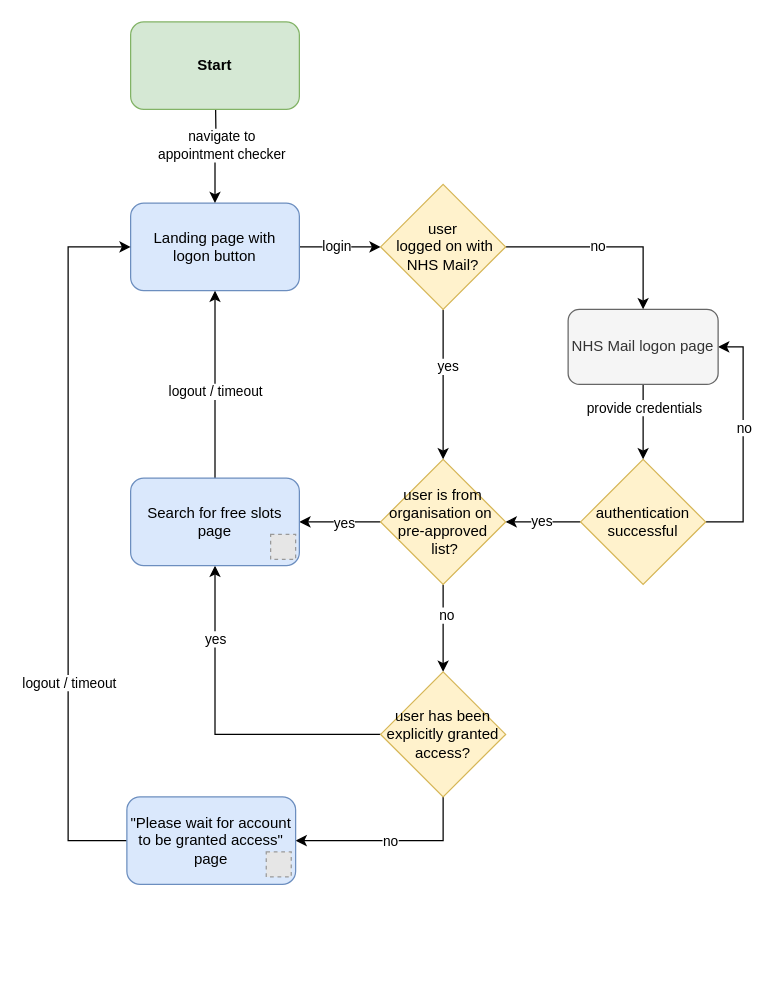
Before: documentation/gpc-appointment-checker-page-routing.drawio in nhsconnect/gpconnect-appointment-checker, a draw.io diagram. Source tidied: cells renumbered, new cells numbered last; positions are measured from the earlier drawing's top-left corner, leaving out a move shared by most shapes. Both pictures are drawn from the tidied source at 125%, with x=0, y=0 at pixel (68, 21). Pictures stored in the file or linked from it are replaced by grey dashed boxes.
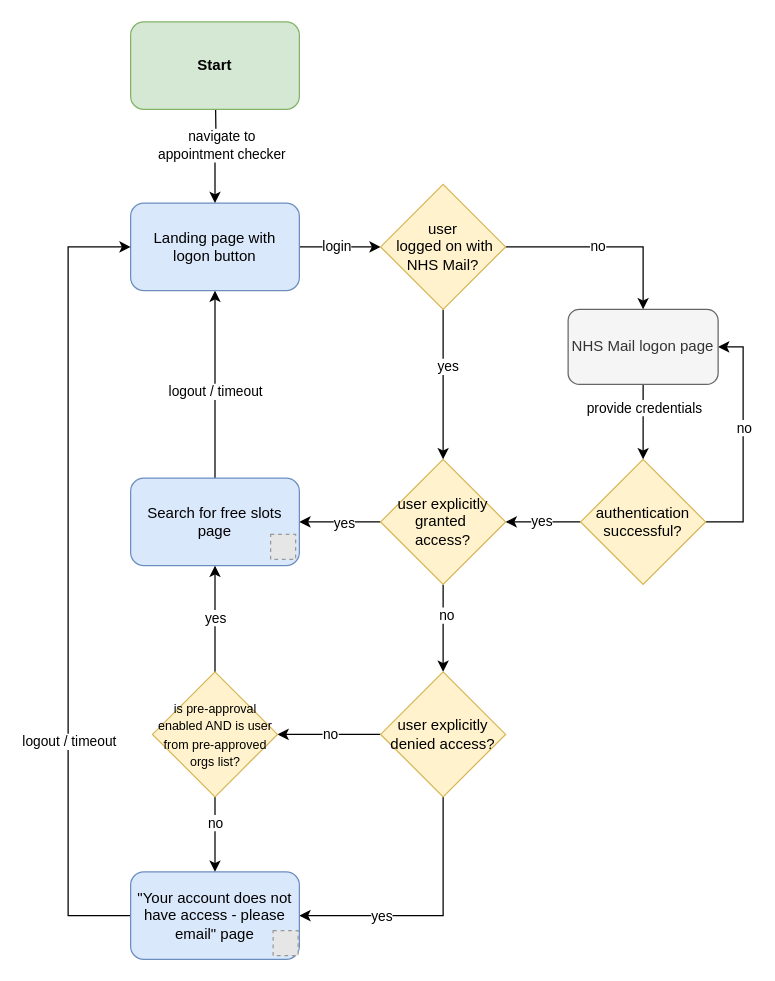
The same page after the edit.

Commit message (it also covers changes not shown here):
Add page routing

The change refers to these unchanged cells:
```xml
<mxCell id="22" value="Landing page with &lt;br&gt;logon button" style="rounded=1;whiteSpace=wrap;html=1;fillColor=#dae8fc;strokeColor=#6c8ebf;" parent="1" vertex="1">
  <mxGeometry x="50" y="145" width="135" height="70" as="geometry" />
</mxCell>
<mxCell id="25" value="Search for free slots page" style="rounded=1;whiteSpace=wrap;html=1;fillColor=#dae8fc;strokeColor=#6c8ebf;" parent="1" vertex="1">
  <mxGeometry x="50" y="365" width="135" height="70" as="geometry" />
</mxCell>
```

What changed in the source:
```diff
@@
-    <mxCell id="6" value="authentication successful" style="rhombus;whiteSpace=wrap;html=1;fillColor=#fff2cc;strokeColor=#d6b656;" parent="1" vertex="1">
+    <mxCell id="6" value="authentication successful?" style="rhombus;whiteSpace=wrap;html=1;fillColor=#fff2cc;strokeColor=#d6b656;" parent="1" vertex="1">
       <mxGeometry x="410" y="350" width="100" height="100" as="geometry" />
     </mxCell>
@@
-    <mxCell id="14" value="&lt;div&gt;user is from organisation on&amp;nbsp;&lt;/div&gt;&lt;div&gt;pre-approved&lt;/div&gt;&lt;div&gt;&amp;nbsp;list?&lt;/div&gt;" style="rhombus;whiteSpace=wrap;html=1;fillColor=#fff2cc;strokeColor=#d6b656;" parent="1" vertex="1">
+    <mxCell id="14" value="user explicitly granted&amp;nbsp;&lt;br&gt;access?" style="rhombus;whiteSpace=wrap;html=1;fillColor=#fff2cc;strokeColor=#d6b656;" parent="1" vertex="1">
       <mxGeometry x="250" y="350" width="100" height="100" as="geometry" />
     </mxCell>
-    <mxCell id="15" style="edgeStyle=orthogonalEdgeStyle;rounded=0;jettySize=auto;html=1;exitX=0;exitY=0.5;exitDx=0;exitDy=0;entryX=0.5;entryY=1;entryDx=0;entryDy=0;" parent="1" edge="1" source="19" target="25">
-      <mxGeometry relative="1" as="geometry" />
-    </mxCell>
-    <mxCell id="16" value="yes" style="edgeLabel;html=1;align=center;verticalAlign=middle;" parent="15" vertex="1">
-      <mxGeometry x="0.56" relative="1" as="geometry" />
-    </mxCell>
-    <mxCell id="17" style="edgeStyle=orthogonalEdgeStyle;rounded=0;jettySize=auto;html=1;exitX=0.5;exitY=1;exitDx=0;exitDy=0;" parent="1" edge="1" source="19" target="28">
+    <mxCell id="17" style="edgeStyle=orthogonalEdgeStyle;rounded=0;jettySize=auto;html=1;exitX=0.5;exitY=1;exitDx=0;exitDy=0;entryX=1;entryY=0.5;entryDx=0;entryDy=0;" parent="1" edge="1" source="19" target="28">
       <mxGeometry relative="1" as="geometry" />
     </mxCell>
-    <mxCell id="18" value="no" style="edgeLabel;html=1;align=center;verticalAlign=middle;" parent="17" vertex="1">
+    <mxCell id="18" value="yes" style="edgeLabel;html=1;align=center;verticalAlign=middle;" parent="17" vertex="1">
       <mxGeometry x="-0.13" y="2" relative="1" as="geometry">
-        <mxPoint x="-11" y="-2" as="offset" />
+        <mxPoint x="-52" y="4" as="offset" />
       </mxGeometry>
     </mxCell>
+    <mxCell id="39" style="edgeStyle=orthogonalEdgeStyle;rounded=0;jettySize=auto;html=1;exitX=0;exitY=0.5;exitDx=0;exitDy=0;entryX=1;entryY=0.5;entryDx=0;entryDy=0;" parent="1" edge="1" source="19" target="44">
+      <mxGeometry relative="1" as="geometry" />
+    </mxCell>
+    <mxCell id="40" value="no" style="edgeLabel;html=1;align=center;verticalAlign=middle;" parent="39" vertex="1">
+      <mxGeometry x="-0.01" y="-1" relative="1" as="geometry" />
+    </mxCell>
-    <mxCell id="19" value="user has been explicitly granted access?" style="rhombus;whiteSpace=wrap;html=1;fillColor=#fff2cc;strokeColor=#d6b656;" parent="1" vertex="1">
+    <mxCell id="19" value="user explicitly denied access?" style="rhombus;whiteSpace=wrap;html=1;fillColor=#fff2cc;strokeColor=#d6b656;" parent="1" vertex="1">
       <mxGeometry x="250" y="520" width="100" height="100" as="geometry" />
     </mxCell>
@@
     <mxCell id="26" style="edgeStyle=orthogonalEdgeStyle;rounded=0;jettySize=auto;html=1;exitX=0;exitY=0.5;exitDx=0;exitDy=0;entryX=0;entryY=0.5;entryDx=0;entryDy=0;" parent="1" edge="1" source="28" target="22">
       <mxGeometry relative="1" as="geometry">
         <Array as="points">
-          <mxPoint y="655" />
+          <mxPoint y="715" />
           <mxPoint y="180" />
         </Array>
       </mxGeometry>
     </mxCell>
@@
-    <mxCell id="28" value="&quot;Please wait for account to be granted access&quot; page" style="rounded=1;whiteSpace=wrap;html=1;fillColor=#dae8fc;strokeColor=#6c8ebf;" parent="1" vertex="1">
-      <mxGeometry x="47" y="620" width="135" height="70" as="geometry" />
+    <mxCell id="28" value="&quot;Your account does not have access - please email&quot; page" style="rounded=1;whiteSpace=wrap;html=1;fillColor=#dae8fc;strokeColor=#6c8ebf;" parent="1" vertex="1">
+      <mxGeometry x="50" y="680" width="135" height="70" as="geometry" />
     </mxCell>
@@
     <mxCell id="37" style="fillColor=#E6E6E6;strokeColor=#999999;dashed=1;html=1;verticalAlign=top;verticalLabelPosition=bottom;labelBackgroundColor=#ffffff;" parent="1" vertex="1">
-      <mxGeometry x="158.5" y="664" width="20" height="20" as="geometry" />
+      <mxGeometry x="164" y="727" width="20" height="20" as="geometry" />
     </mxCell>
@@
+    <mxCell id="41" style="edgeStyle=orthogonalEdgeStyle;rounded=0;jettySize=auto;html=1;exitX=0.5;exitY=0;exitDx=0;exitDy=0;entryX=0.5;entryY=1;entryDx=0;entryDy=0;" parent="1" edge="1" source="44" target="25">
+      <mxGeometry relative="1" as="geometry" />
+    </mxCell>
+    <mxCell id="16" value="yes" style="edgeLabel;html=1;align=center;verticalAlign=middle;" parent="41" vertex="1">
+      <mxGeometry x="0.04" y="1" relative="1" as="geometry">
+        <mxPoint x="1" as="offset" />
+      </mxGeometry>
+    </mxCell>
+    <mxCell id="42" style="edgeStyle=orthogonalEdgeStyle;rounded=0;jettySize=auto;html=1;exitX=0.5;exitY=1;exitDx=0;exitDy=0;entryX=0.5;entryY=0;entryDx=0;entryDy=0;" parent="1" edge="1" source="44" target="28">
+      <mxGeometry relative="1" as="geometry" />
+    </mxCell>
+    <mxCell id="43" value="no" style="edgeLabel;html=1;align=center;verticalAlign=middle;" parent="42" vertex="1">
+      <mxGeometry x="-0.33" relative="1" as="geometry" />
+    </mxCell>
+    <mxCell id="44" value="&lt;font style=&quot;font-size: 10px&quot;&gt;is pre-approval enabled AND is user from pre-approved orgs list?&lt;/font&gt;" style="rhombus;whiteSpace=wrap;html=1;fillColor=#fff2cc;strokeColor=#d6b656;" parent="1" vertex="1">
+      <mxGeometry x="67.5" y="520" width="100" height="100" as="geometry" />
+    </mxCell>
```
